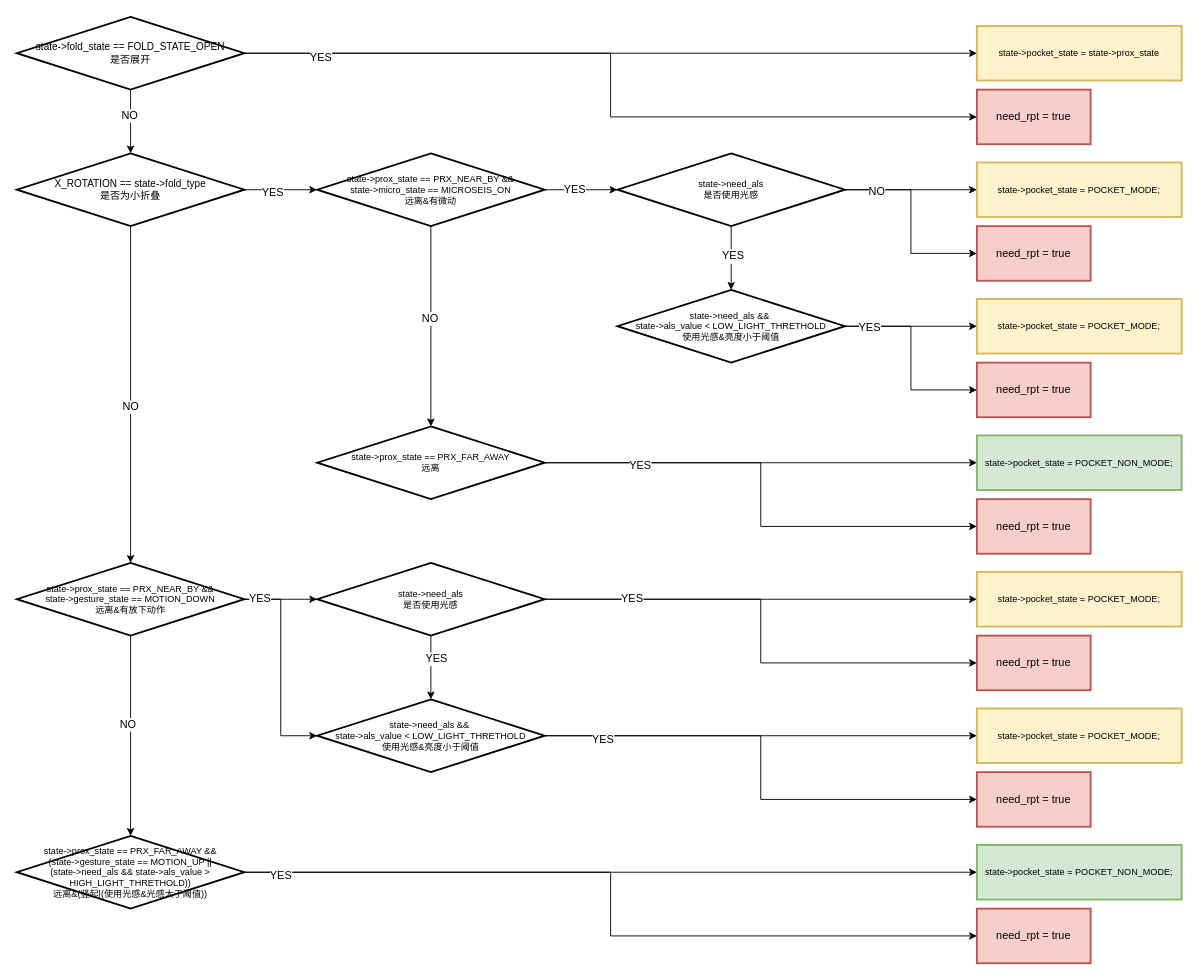
zhang-xixi/Document-Markdown-Chinese-Demo keeps this draw.io diagram as pocket.drawio. Above is the earlier version. Source tidied: cells renumbered, new cells numbered last; positions are measured from the earlier drawing's top-left corner, leaving out a move shared by most shapes. Both pictures are drawn from the tidied source at 91%, with x=0, y=0 at pixel (16, 16).
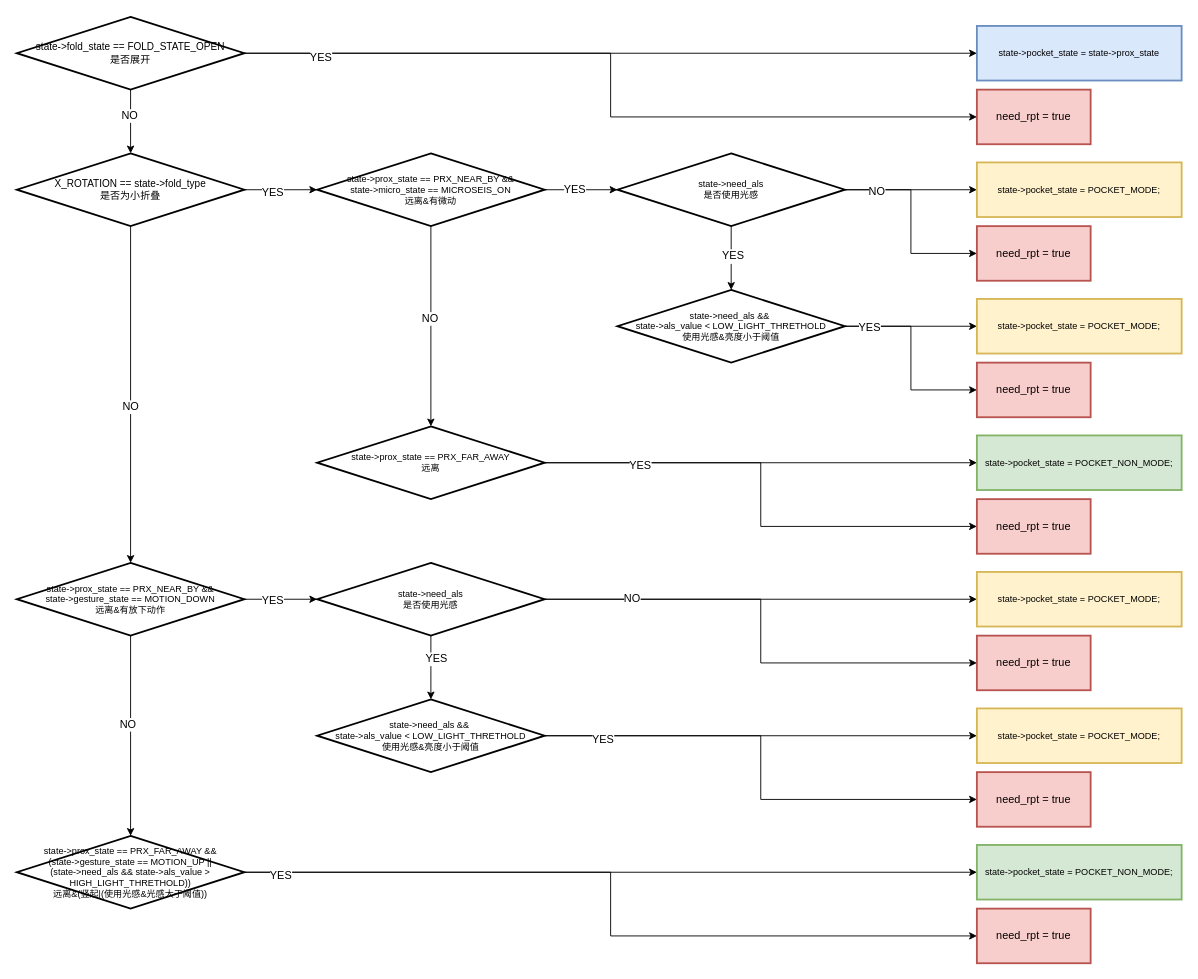
The same page after the edit.

The change refers to these unchanged cells:
```xml
<mxCell id="20" value="&lt;div style=&quot;font-size: 10px;&quot;&gt;state-&amp;gt;prox_state == PRX_NEAR_BY &amp;amp;&amp;amp;&lt;/div&gt;&lt;div style=&quot;font-size: 10px;&quot;&gt;state-&amp;gt;gesture_state == MOTION_DOWN&lt;/div&gt;&lt;div style=&quot;font-size: 10px;&quot;&gt;远离&amp;amp;有放下动作&lt;/div&gt;" style="strokeWidth=2;html=1;shape=mxgraph.flowchart.decision;whiteSpace=wrap;fontSize=11;" parent="1" vertex="1">
  <mxGeometry y="600" width="250" height="80" as="geometry" />
</mxCell>
<mxCell id="47" style="edgeStyle=orthogonalEdgeStyle;rounded=0;jettySize=auto;html=1;entryX=0;entryY=0.5;entryDx=0;entryDy=0;fontFamily=Helvetica;fontSize=12;fontColor=default;" parent="1" edge="1" source="49" target="55">
  <mxGeometry relative="1" as="geometry" />
</mxCell>
<mxCell id="53" value="&lt;div style=&quot;&quot;&gt;state-&amp;gt;need_als &amp;amp;&amp;amp;&amp;nbsp;&lt;/div&gt;&lt;div style=&quot;&quot;&gt;state-&amp;gt;als_value &amp;lt; LOW_LIGHT_THRETHOLD&lt;br&gt;&lt;/div&gt;&lt;div style=&quot;&quot;&gt;使用光感&amp;amp;亮度小于阈值&lt;/div&gt;" style="strokeWidth=2;html=1;shape=mxgraph.flowchart.decision;whiteSpace=wrap;fontSize=10;" parent="1" vertex="1">
  <mxGeometry x="330" y="750" width="250" height="80" as="geometry" />
</mxCell>
<mxCell id="64" style="edgeStyle=orthogonalEdgeStyle;rounded=0;jettySize=auto;html=1;entryX=0;entryY=0.5;entryDx=0;entryDy=0;entryPerimeter=0;fontFamily=Helvetica;fontSize=12;fontColor=default;" parent="1" edge="1" source="20" target="49">
  <mxGeometry relative="1" as="geometry" />
</mxCell>
```

Change to the diagram source:
```diff
@@
-    <mxCell id="36" value="state-&amp;gt;pocket_state = state-&amp;gt;prox_state" style="whiteSpace=wrap;html=1;fontSize=10;strokeWidth=2;fillColor=#fff2cc;strokeColor=#d6b656;" parent="1" vertex="1">
+    <mxCell id="36" value="state-&amp;gt;pocket_state = state-&amp;gt;prox_state" style="whiteSpace=wrap;html=1;fontSize=10;strokeWidth=2;fillColor=#dae8fc;strokeColor=#6c8ebf;" parent="1" vertex="1">
       <mxGeometry x="1055" y="10" width="225" height="60" as="geometry" />
     </mxCell>
@@
-    <mxCell id="48" value="YES" style="edgeLabel;html=1;align=center;verticalAlign=middle;strokeColor=default;strokeWidth=2;fontFamily=Helvetica;fontSize=12;fontColor=default;fillColor=default;" parent="47" vertex="1">
+    <mxCell id="48" value="NO" style="edgeLabel;html=1;align=center;verticalAlign=middle;strokeColor=default;strokeWidth=2;fontFamily=Helvetica;fontSize=12;fontColor=default;fillColor=default;" parent="47" vertex="1">
       <mxGeometry x="-0.65" relative="1" as="geometry">
         <mxPoint y="-1" as="offset" />
       </mxGeometry>
     </mxCell>
@@
-    <mxCell id="65" style="edgeStyle=orthogonalEdgeStyle;rounded=0;jettySize=auto;html=1;entryX=0;entryY=0.5;entryDx=0;entryDy=0;entryPerimeter=0;fontFamily=Helvetica;fontSize=12;fontColor=default;" parent="1" edge="1" source="20" target="53">
-      <mxGeometry relative="1" as="geometry" />
-    </mxCell>
-    <mxCell id="66" value="YES" style="edgeLabel;html=1;align=center;verticalAlign=middle;strokeColor=default;strokeWidth=2;fontFamily=Helvetica;fontSize=12;fontColor=default;fillColor=default;" parent="65" vertex="1">
-      <mxGeometry x="-0.86" y="1" relative="1" as="geometry" />
+    <mxCell id="66" value="YES" style="edgeLabel;html=1;align=center;verticalAlign=middle;strokeColor=default;strokeWidth=2;fontFamily=Helvetica;fontSize=12;fontColor=default;fillColor=default;" parent="64" vertex="1">
+      <mxGeometry x="-0.23" y="-1" relative="1" as="geometry">
+        <mxPoint x="-1" as="offset" />
+      </mxGeometry>
     </mxCell>
```
